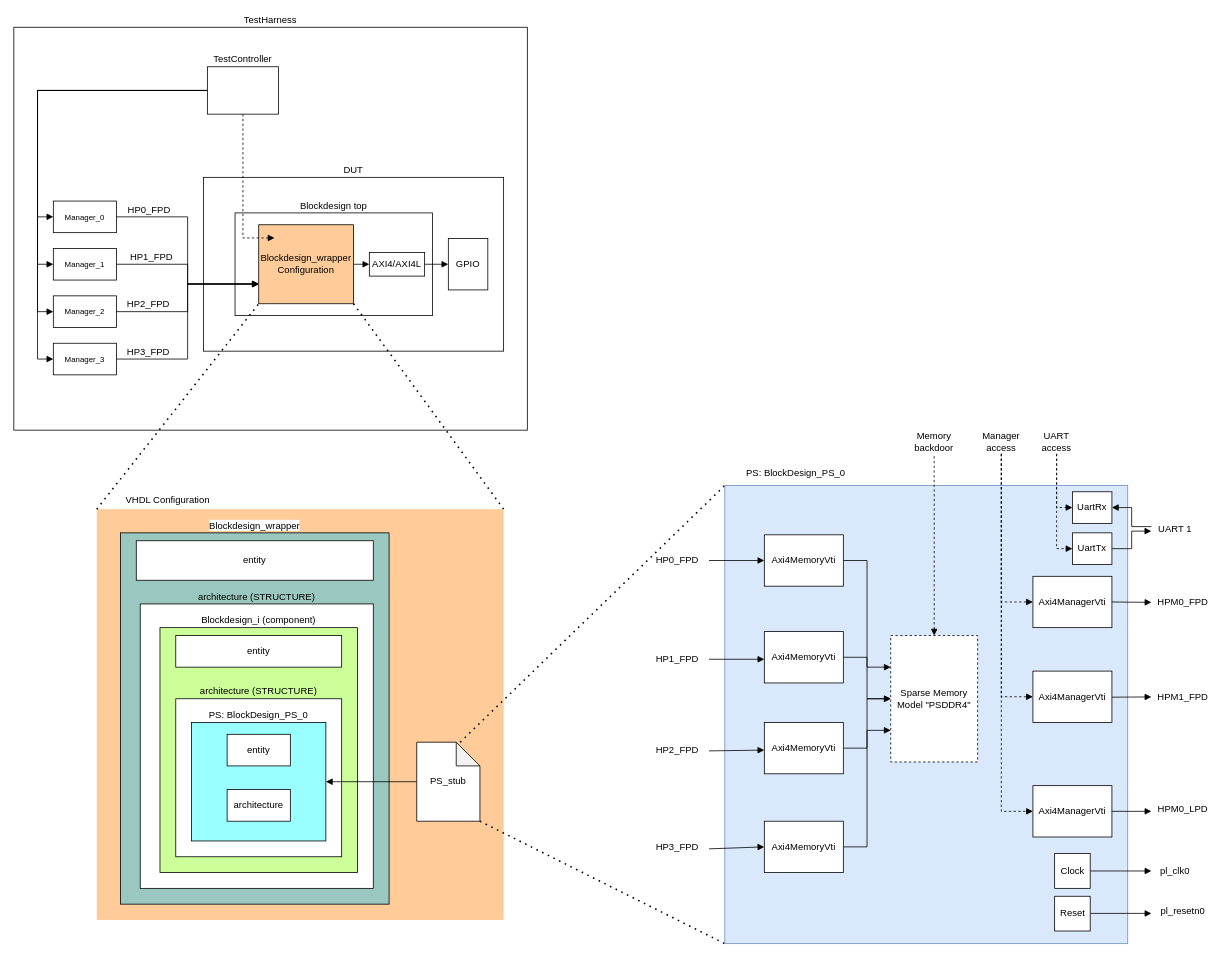
This is page "Testbench" (2 of 2) of doc/diagrams/BlockDiagrams.drawio from Paebbels/BigDesign, a draw.io file, before an edit. Source tidied: cells renumbered, new cells numbered last; positions are measured from the earlier drawing's top-left corner, leaving out a move shared by most shapes. Both pictures are drawn from the tidied source at 79%, with x=0, y=0 at pixel (13, 27).
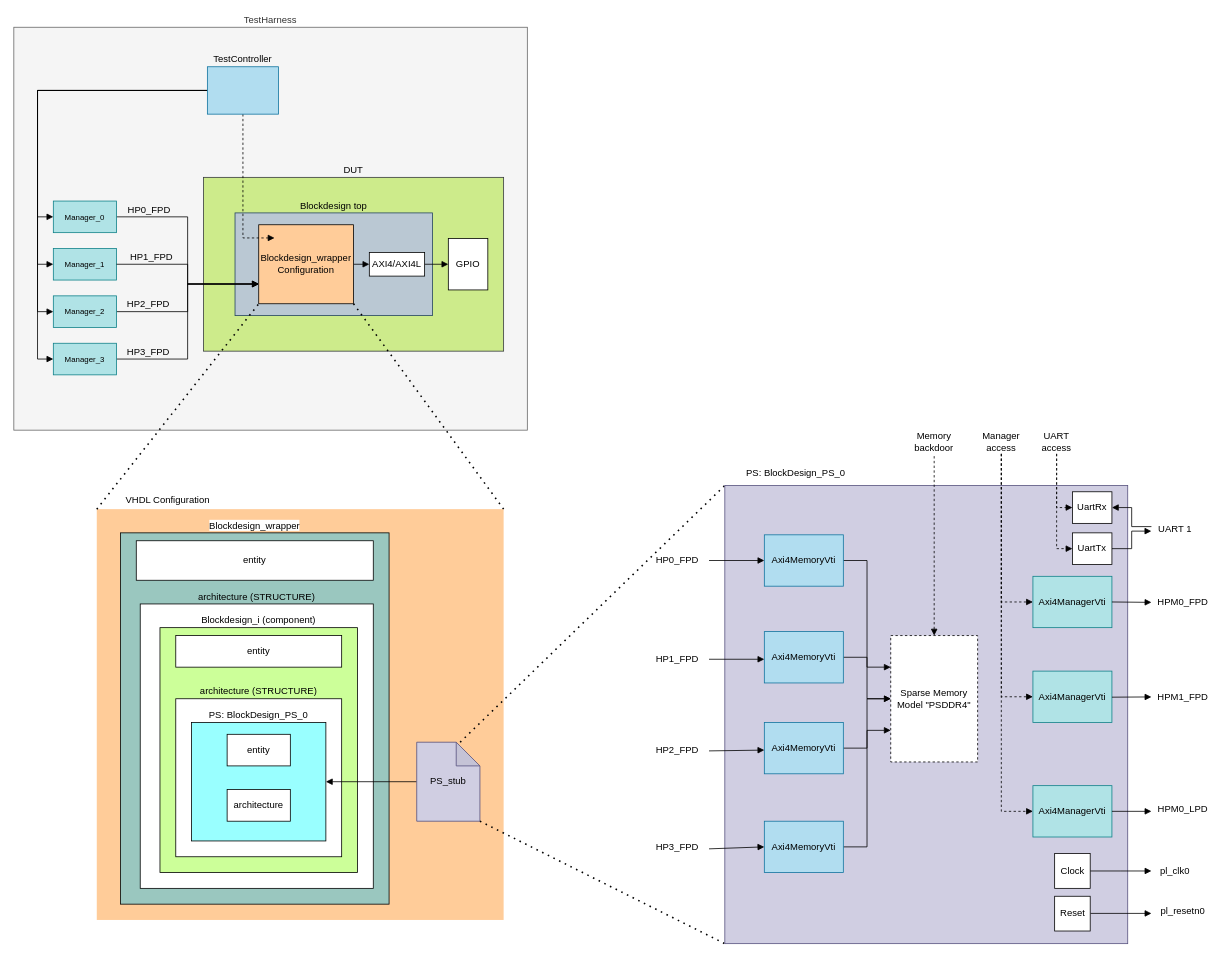
Above is the later version.

Diff of the diagram source:
```diff
@@
-    <mxCell id="3" value="TestHarness" style="rounded=0;whiteSpace=wrap;html=1;labelPosition=center;verticalLabelPosition=top;align=center;verticalAlign=bottom;" parent="1" vertex="1">
+    <mxCell id="3" value="TestHarness" style="rounded=0;whiteSpace=wrap;html=1;labelPosition=center;verticalLabelPosition=top;align=center;verticalAlign=bottom;fillColor=#f5f5f5;fontColor=#333333;strokeColor=#666666;" parent="1" vertex="1">
       <mxGeometry width="650" height="510" as="geometry" />
     </mxCell>
-    <mxCell id="4" value="DUT" style="rounded=0;whiteSpace=wrap;html=1;labelPosition=center;verticalLabelPosition=top;align=center;verticalAlign=bottom;" parent="1" vertex="1">
+    <mxCell id="4" value="DUT" style="rounded=0;whiteSpace=wrap;html=1;labelPosition=center;verticalLabelPosition=top;align=center;verticalAlign=bottom;fillColor=#cdeb8b;strokeColor=#36393d;" parent="1" vertex="1">
       <mxGeometry x="240" y="190" width="380" height="220" as="geometry" />
     </mxCell>
@@
-    <mxCell id="6" value="Blockdesign top" style="rounded=0;whiteSpace=wrap;html=1;labelPosition=center;verticalLabelPosition=top;align=center;verticalAlign=bottom;" parent="1" vertex="1">
+    <mxCell id="6" value="Blockdesign top" style="rounded=0;whiteSpace=wrap;html=1;labelPosition=center;verticalLabelPosition=top;align=center;verticalAlign=bottom;fillColor=#bac8d3;strokeColor=#23445d;" parent="1" vertex="1">
       <mxGeometry x="280" y="235" width="250" height="130" as="geometry" />
     </mxCell>
@@
-    <mxCell id="16" value="TestController" style="rounded=0;whiteSpace=wrap;html=1;labelPosition=center;verticalLabelPosition=top;align=center;verticalAlign=bottom;" parent="1" vertex="1">
+    <mxCell id="16" value="TestController" style="rounded=0;whiteSpace=wrap;html=1;labelPosition=center;verticalLabelPosition=top;align=center;verticalAlign=bottom;fillColor=#b1ddf0;strokeColor=#10739e;" parent="1" vertex="1">
       <mxGeometry x="245" y="50" width="90" height="60" as="geometry" />
     </mxCell>
@@
-    <mxCell id="19" value="Manager_0" style="rounded=0;whiteSpace=wrap;html=1;fillColor=none;fontSize=10;fontStyle=0;labelPosition=center;verticalLabelPosition=middle;align=center;verticalAlign=middle;" parent="1" vertex="1">
+    <mxCell id="19" value="Manager_0" style="rounded=0;whiteSpace=wrap;html=1;fillColor=#b0e3e6;fontSize=10;fontStyle=0;labelPosition=center;verticalLabelPosition=middle;align=center;verticalAlign=middle;strokeColor=#0e8088;" parent="1" vertex="1">
       <mxGeometry x="50" y="220" width="80" height="40" as="geometry" />
     </mxCell>
-    <mxCell id="20" value="Manager_1" style="rounded=0;whiteSpace=wrap;html=1;fillColor=none;fontSize=10;fontStyle=0;labelPosition=center;verticalLabelPosition=middle;align=center;verticalAlign=middle;" parent="1" vertex="1">
+    <mxCell id="20" value="Manager_1" style="rounded=0;whiteSpace=wrap;html=1;fillColor=#b0e3e6;fontSize=10;fontStyle=0;labelPosition=center;verticalLabelPosition=middle;align=center;verticalAlign=middle;strokeColor=#0e8088;" parent="1" vertex="1">
       <mxGeometry x="50" y="280" width="80" height="40" as="geometry" />
     </mxCell>
@@
-    <mxCell id="23" value="Manager_2" style="rounded=0;whiteSpace=wrap;html=1;fillColor=none;fontSize=10;fontStyle=0;labelPosition=center;verticalLabelPosition=middle;align=center;verticalAlign=middle;" parent="1" vertex="1">
+    <mxCell id="23" value="Manager_2" style="rounded=0;whiteSpace=wrap;html=1;fillColor=#b0e3e6;fontSize=10;fontStyle=0;labelPosition=center;verticalLabelPosition=middle;align=center;verticalAlign=middle;strokeColor=#0e8088;" parent="1" vertex="1">
       <mxGeometry x="50" y="340" width="80" height="40" as="geometry" />
     </mxCell>
@@
-    <mxCell id="26" value="Manager_3" style="rounded=0;whiteSpace=wrap;html=1;fillColor=none;fontSize=10;fontStyle=0;labelPosition=center;verticalLabelPosition=middle;align=center;verticalAlign=middle;" parent="1" vertex="1">
+    <mxCell id="26" value="Manager_3" style="rounded=0;whiteSpace=wrap;html=1;fillColor=#b0e3e6;fontSize=10;fontStyle=0;labelPosition=center;verticalLabelPosition=middle;align=center;verticalAlign=middle;strokeColor=#0e8088;" parent="1" vertex="1">
       <mxGeometry x="50" y="400" width="80" height="40" as="geometry" />
     </mxCell>
@@
-    <mxCell id="39" value="PS_stub" style="shape=note;whiteSpace=wrap;html=1;backgroundOutline=1;darkOpacity=0.05;flipH=0;" parent="1" vertex="1">
+    <mxCell id="39" value="PS_stub" style="shape=note;whiteSpace=wrap;html=1;backgroundOutline=1;darkOpacity=0.05;flipH=0;fillColor=#d0cee2;strokeColor=#56517e;" parent="1" vertex="1">
       <mxGeometry x="510" y="905" width="80" height="100" as="geometry" />
     </mxCell>
@@
-    <mxCell id="45" style="rounded=0;whiteSpace=wrap;html=1;labelPosition=center;verticalLabelPosition=top;align=center;verticalAlign=bottom;fillColor=#dae8fc;strokeColor=#6c8ebf;" parent="1" vertex="1">
+    <mxCell id="45" style="rounded=0;whiteSpace=wrap;html=1;labelPosition=center;verticalLabelPosition=top;align=center;verticalAlign=bottom;fillColor=#d0cee2;strokeColor=#56517e;" parent="1" vertex="1">
       <mxGeometry x="900" y="580" width="510" height="580" as="geometry" />
     </mxCell>
-    <mxCell id="46" value="Axi4ManagerVti" style="rounded=0;whiteSpace=wrap;html=1;" parent="1" vertex="1">
+    <mxCell id="46" value="Axi4ManagerVti" style="rounded=0;whiteSpace=wrap;html=1;fillColor=#b0e3e6;strokeColor=#0e8088;" parent="1" vertex="1">
       <mxGeometry x="1290" y="695" width="100" height="65" as="geometry" />
     </mxCell>
@@
-    <mxCell id="48" value="Axi4MemoryVti" style="rounded=0;whiteSpace=wrap;html=1;" parent="1" vertex="1">
+    <mxCell id="48" value="Axi4MemoryVti" style="rounded=0;whiteSpace=wrap;html=1;fillColor=#b1ddf0;strokeColor=#10739e;" parent="1" vertex="1">
       <mxGeometry x="950" y="642.5" width="100" height="65" as="geometry" />
     </mxCell>
-    <mxCell id="49" value="Axi4ManagerVti" style="rounded=0;whiteSpace=wrap;html=1;" parent="1" vertex="1">
+    <mxCell id="49" value="Axi4ManagerVti" style="rounded=0;whiteSpace=wrap;html=1;fillColor=#b0e3e6;strokeColor=#0e8088;" parent="1" vertex="1">
       <mxGeometry x="1290" y="960" width="100" height="65" as="geometry" />
     </mxCell>
-    <mxCell id="50" value="Axi4ManagerVti" style="rounded=0;whiteSpace=wrap;html=1;" parent="1" vertex="1">
+    <mxCell id="50" value="Axi4ManagerVti" style="rounded=0;whiteSpace=wrap;html=1;fillColor=#b0e3e6;strokeColor=#0e8088;" parent="1" vertex="1">
       <mxGeometry x="1290" y="815" width="100" height="65" as="geometry" />
     </mxCell>
@@
-    <mxCell id="52" value="Axi4MemoryVti" style="rounded=0;whiteSpace=wrap;html=1;" parent="1" vertex="1">
+    <mxCell id="52" value="Axi4MemoryVti" style="rounded=0;whiteSpace=wrap;html=1;fillColor=#b1ddf0;strokeColor=#10739e;" parent="1" vertex="1">
       <mxGeometry x="950" y="765" width="100" height="65" as="geometry" />
     </mxCell>
@@
-    <mxCell id="54" value="Axi4MemoryVti" style="rounded=0;whiteSpace=wrap;html=1;" parent="1" vertex="1">
+    <mxCell id="54" value="Axi4MemoryVti" style="rounded=0;whiteSpace=wrap;html=1;fillColor=#b1ddf0;strokeColor=#10739e;" parent="1" vertex="1">
       <mxGeometry x="950" y="1005" width="100" height="65" as="geometry" />
     </mxCell>
@@
-    <mxCell id="56" value="Axi4MemoryVti" style="rounded=0;whiteSpace=wrap;html=1;" parent="1" vertex="1">
+    <mxCell id="56" value="Axi4MemoryVti" style="rounded=0;whiteSpace=wrap;html=1;fillColor=#b1ddf0;strokeColor=#10739e;" parent="1" vertex="1">
       <mxGeometry x="950" y="880" width="100" height="65" as="geometry" />
     </mxCell>
```
